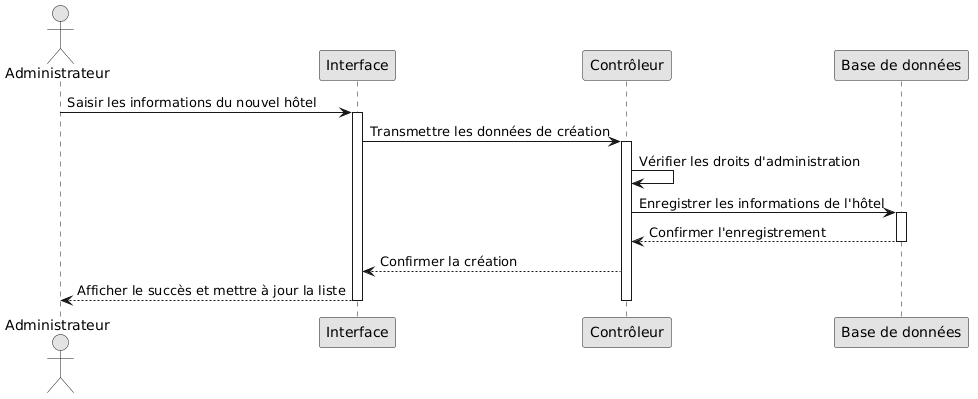
This is out/docs/uml/diagrammer sequence gerer hotels/diagrammer sequence gerer hotels.png from malek420122/hotel_project_pfe, a PlantUML export, as it was before one commit. Source of this version:
```plantuml
@startuml
skinparam monochrome true
skinparam shadowing false

actor "Administrateur" as admin
participant "Interface" as vue
participant "Contrôleur" as api
participant "Base de données" as db

admin -> vue : Saisir les informations du nouvel hôtel
activate vue
vue -> api : Transmettre les données de création
activate api

api -> api : Vérifier les droits d'administration

api -> db : Enregistrer les informations de l'hôtel
activate db
db --> api : Confirmer l'enregistrement
deactivate db

api --> vue : Confirmer la création
vue --> admin : Afficher le succès et mettre à jour la liste

deactivate api
deactivate vue
@enduml
```
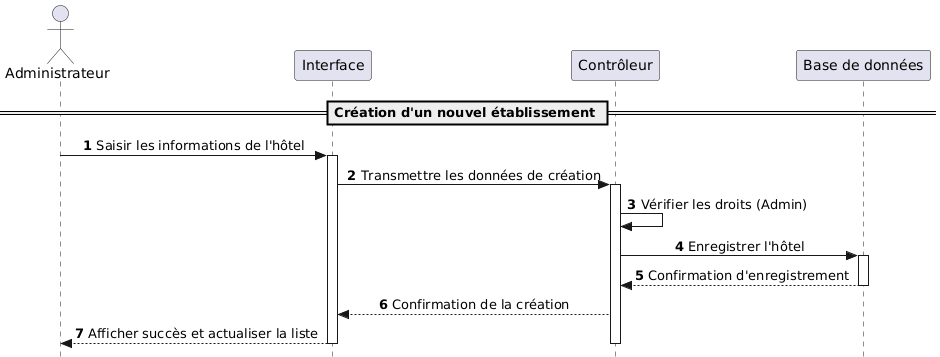
After the commit.

Diff of the diagram source:
```diff
@@ -1,26 +1,30 @@
 @startuml
-skinparam monochrome true
+skinparam style strictuml
+skinparam sequenceMessageAlign center
 skinparam shadowing false
+autonumber
 
 actor "Administrateur" as admin
 participant "Interface" as vue
 participant "Contrôleur" as api
 participant "Base de données" as db
 
-admin -> vue : Saisir les informations du nouvel hôtel
+== Création d'un nouvel établissement ==
+
+admin -> vue : Saisir les informations de l'hôtel
 activate vue
 vue -> api : Transmettre les données de création
 activate api
 
-api -> api : Vérifier les droits d'administration
+api -> api : Vérifier les droits (Admin)
 
-api -> db : Enregistrer les informations de l'hôtel
+api -> db : Enregistrer l'hôtel
 activate db
-db --> api : Confirmer l'enregistrement
+db --> api : Confirmation d'enregistrement
 deactivate db
 
-api --> vue : Confirmer la création
-vue --> admin : Afficher le succès et mettre à jour la liste
+api --> vue : Confirmation de la création
+vue --> admin : Afficher succès et actualiser la liste
 
 deactivate api
 deactivate vue
```
